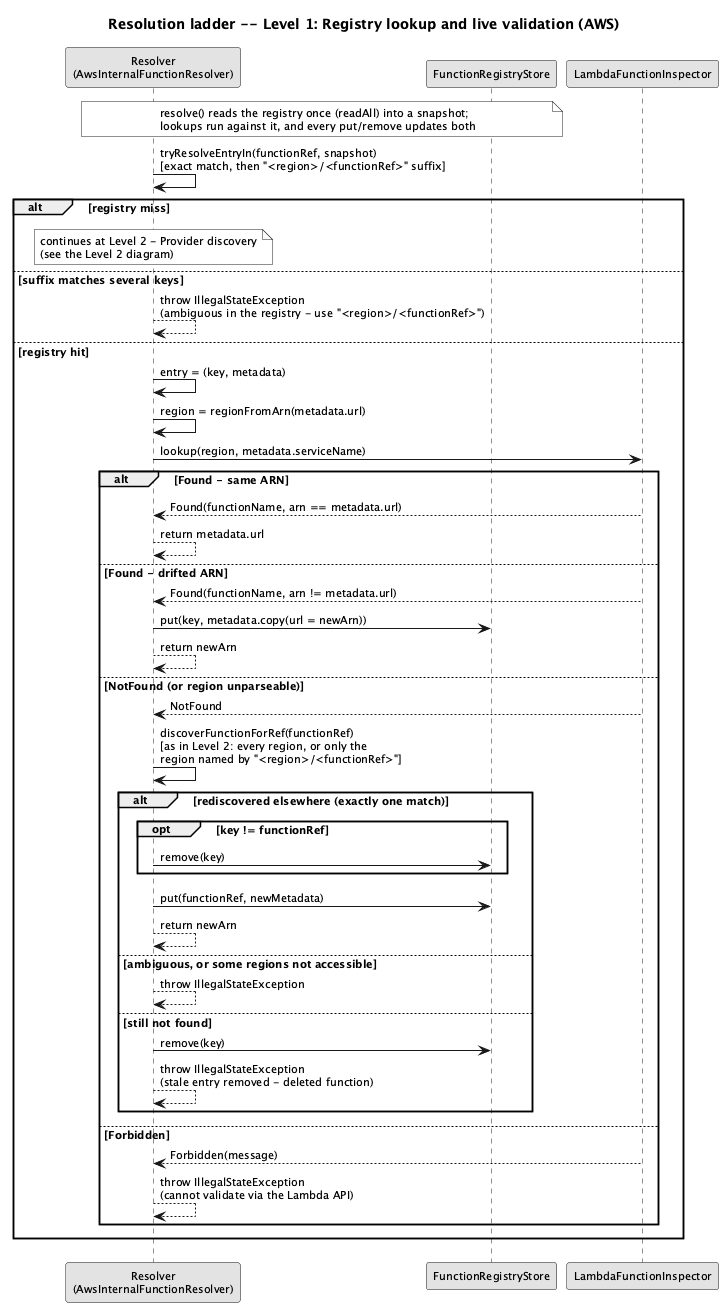
The PlantUML diagram diagrams/resolution-cascade-level1-aws.png in EngenheiroPedroCarvalho/ISEL-Thesis-2526, before a commit. The source it was exported from:
```plantuml
@startuml resolution-cascade-level1-aws
skinparam monochrome true
skinparam shadowing false
skinparam defaultFontSize 11
title Resolution ladder -- Level 1: Registry lookup and live validation (AWS)

participant "Resolver\n(AwsInternalFunctionResolver)" as R
participant "FunctionRegistryStore" as REG
participant "LambdaFunctionInspector" as AI

note over R, REG
  resolve() reads the registry once (readAll) into a snapshot;
  lookups run against it, and every put/remove updates both
end note
R -> R : tryResolveEntryIn(functionRef, snapshot)\n[exact match, then "<region>/<functionRef>" suffix]
alt registry miss
  note over R
    continues at Level 2 - Provider discovery
    (see the Level 2 diagram)
  end note
else suffix matches several keys
  R --> R : throw IllegalStateException\n(ambiguous in the registry - use "<region>/<functionRef>")
else registry hit
  R -> R : entry = (key, metadata)
  R -> R : region = regionFromArn(metadata.url)

  R -> AI : lookup(region, metadata.serviceName)
  alt Found - same ARN
    AI --> R : Found(functionName, arn == metadata.url)
    R --> R : return metadata.url
  else Found - drifted ARN
    AI --> R : Found(functionName, arn != metadata.url)
    R -> REG : put(key, metadata.copy(url = newArn))
    R --> R : return newArn
  else NotFound (or region unparseable)
    AI --> R : NotFound
    R -> R : discoverFunctionForRef(functionRef)\n[as in Level 2: every region, or only the\nregion named by "<region>/<functionRef>"]
    alt rediscovered elsewhere (exactly one match)
      opt key != functionRef
        R -> REG : remove(key)
      end
      R -> REG : put(functionRef, newMetadata)
      R --> R : return newArn
    else ambiguous, or some regions not accessible
      R --> R : throw IllegalStateException
    else still not found
      R -> REG : remove(key)
      R --> R : throw IllegalStateException\n(stale entry removed - deleted function)
    end
  else Forbidden
    AI --> R : Forbidden(message)
    R --> R : throw IllegalStateException\n(cannot validate via the Lambda API)
  end
end
@enduml
```
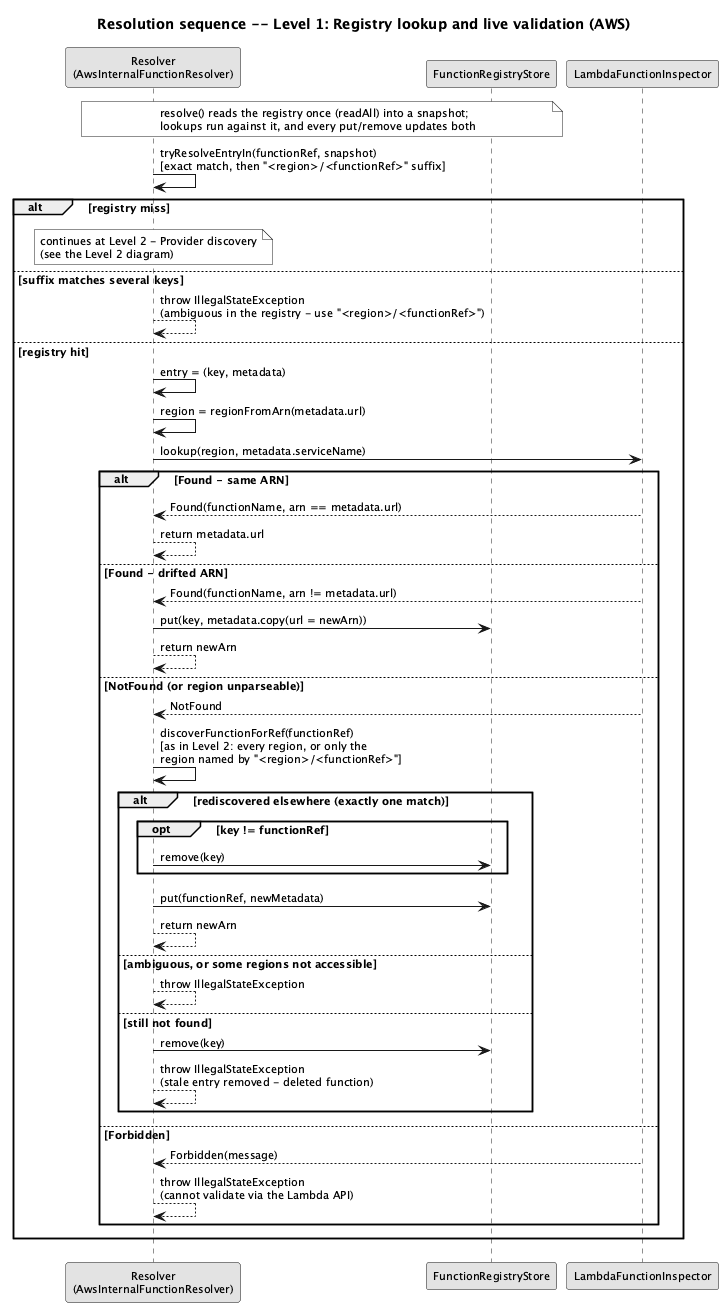
The same file after the commit.

What changed in the source:
```diff
@@ -2,7 +2,7 @@
 skinparam monochrome true
 skinparam shadowing false
 skinparam defaultFontSize 11
-title Resolution ladder -- Level 1: Registry lookup and live validation (AWS)
+title Resolution sequence -- Level 1: Registry lookup and live validation (AWS)
 
 participant "Resolver\n(AwsInternalFunctionResolver)" as R
 participant "FunctionRegistryStore" as REG
```
